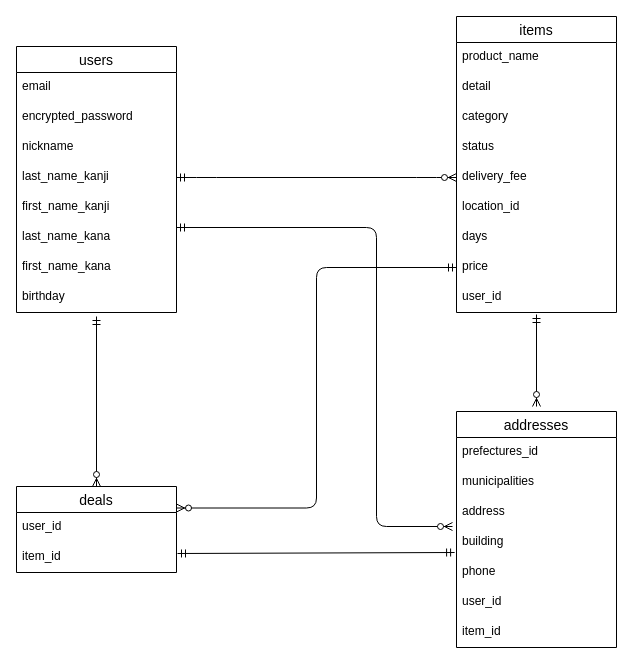
This is user.dio from junta-nakamura/furima---34773, a draw.io file, before an edit. Source tidied: cells renumbered, new cells numbered last; positions are measured from the earlier drawing's top-left corner, leaving out a move shared by most shapes. Both pictures are drawn from the tidied source at 100%, with x=0, y=0 at pixel (16, 16).
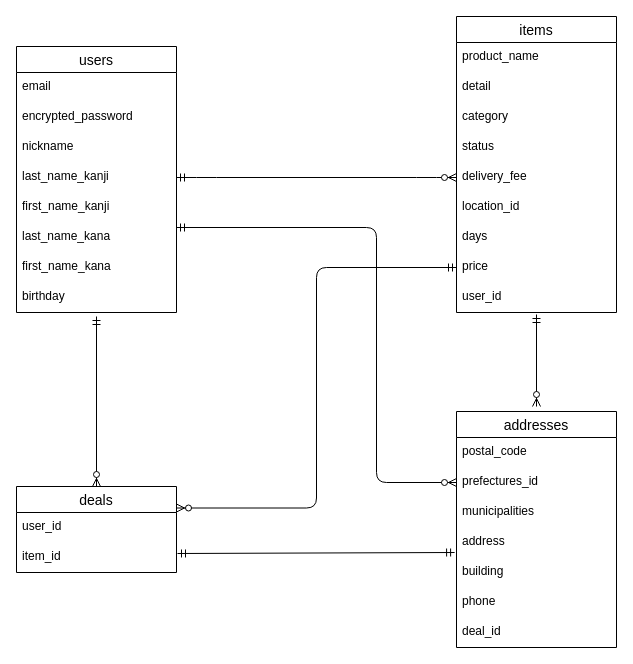
The same page after the edit.

Commit message (it also covers changes not shown here):
ER図作成（修正3）

The change refers to these unchanged cells:
```xml
<mxCell id="27" value="addresses" style="swimlane;fontStyle=0;horizontal=1;startSize=26;align=center;fontSize=14;" parent="1" vertex="1">
  <mxGeometry x="440" y="395" width="160" height="236" as="geometry" />
</mxCell>
```

Diff of the diagram source:
```diff
@@
+    <mxCell id="38" value="postal_code" style="text;strokeColor=none;fillColor=none;spacingLeft=4;spacingRight=4;overflow=hidden;fontSize=12;" parent="27" vertex="1">
+      <mxGeometry y="26" width="160" height="30" as="geometry" />
+    </mxCell>
     <mxCell id="28" value="prefectures_id" style="text;strokeColor=none;fillColor=none;spacingLeft=4;spacingRight=4;overflow=hidden;points=[[0,0.5],[1,0.5]];portConstraint=eastwest;fontSize=12;" parent="27" vertex="1">
-      <mxGeometry y="26" width="160" height="30" as="geometry" />
+      <mxGeometry y="56" width="160" height="30" as="geometry" />
     </mxCell>
     <mxCell id="29" value="municipalities" style="text;strokeColor=none;fillColor=none;spacingLeft=4;spacingRight=4;overflow=hidden;fontSize=12;" parent="27" vertex="1">
-      <mxGeometry y="56" width="160" height="30" as="geometry" />
+      <mxGeometry y="86" width="160" height="30" as="geometry" />
     </mxCell>
     <mxCell id="30" value="address" style="text;strokeColor=none;fillColor=none;spacingLeft=4;spacingRight=4;overflow=hidden;points=[[0,0.5],[1,0.5]];portConstraint=eastwest;fontSize=12;" parent="27" vertex="1">
-      <mxGeometry y="86" width="160" height="30" as="geometry" />
+      <mxGeometry y="116" width="160" height="30" as="geometry" />
     </mxCell>
     <mxCell id="31" value="building" style="text;strokeColor=none;fillColor=none;spacingLeft=4;spacingRight=4;overflow=hidden;fontSize=12;" parent="27" vertex="1">
-      <mxGeometry y="116" width="160" height="30" as="geometry" />
+      <mxGeometry y="146" width="160" height="30" as="geometry" />
     </mxCell>
     <mxCell id="32" value="phone" style="text;strokeColor=none;fillColor=none;spacingLeft=4;spacingRight=4;overflow=hidden;fontSize=12;" parent="27" vertex="1">
-      <mxGeometry y="146" width="160" height="30" as="geometry" />
+      <mxGeometry y="176" width="160" height="30" as="geometry" />
     </mxCell>
-    <mxCell id="33" value="user_id" style="text;strokeColor=none;fillColor=none;spacingLeft=4;spacingRight=4;overflow=hidden;fontSize=12;" parent="27" vertex="1">
-      <mxGeometry y="176" width="160" height="30" as="geometry" />
+    <mxCell id="33" value="deal_id" style="text;strokeColor=none;fillColor=none;spacingLeft=4;spacingRight=4;overflow=hidden;fontSize=12;" parent="27" vertex="1">
+      <mxGeometry y="206" width="160" height="30" as="geometry" />
     </mxCell>
-    <mxCell id="34" value="item_id" style="text;strokeColor=none;fillColor=none;spacingLeft=4;spacingRight=4;overflow=hidden;fontSize=12;" parent="27" vertex="1">
-      <mxGeometry y="206" width="160" height="30" as="geometry" />
-    </mxCell>
-    <mxCell id="35" style="fontSize=12;html=1;endArrow=ERzeroToMany;startArrow=ERmandOne;edgeStyle=elbowEdgeStyle;entryX=-0.025;entryY=0.967;entryDx=0;entryDy=0;entryPerimeter=0;" parent="1" edge="1" target="30">
+    <mxCell id="35" style="fontSize=12;html=1;endArrow=ERzeroToMany;startArrow=ERmandOne;edgeStyle=elbowEdgeStyle;entryX=0;entryY=0.5;entryDx=0;entryDy=0;" parent="1" edge="1" target="28">
       <mxGeometry relative="1" as="geometry">
         <mxPoint x="160" y="211" as="sourcePoint" />
         <Array as="points">
           <mxPoint x="360" y="370" />
         </Array>
       </mxGeometry>
     </mxCell>
```
